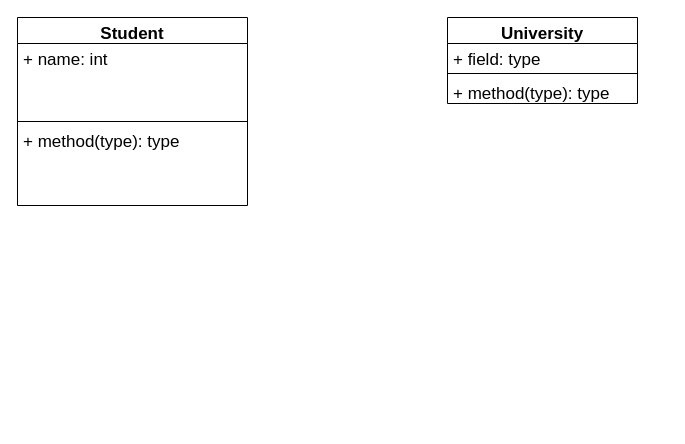
Earlier version of the draw.io diagram umlDiagrams/uml.drawio (ABHINAV1418/uml). Source tidied: cells renumbered, new cells numbered last; positions are measured from the earlier drawing's top-left corner, leaving out a move shared by most shapes. Both pictures are drawn from the tidied source at 100%, with x=0, y=0 at pixel (17, 17).
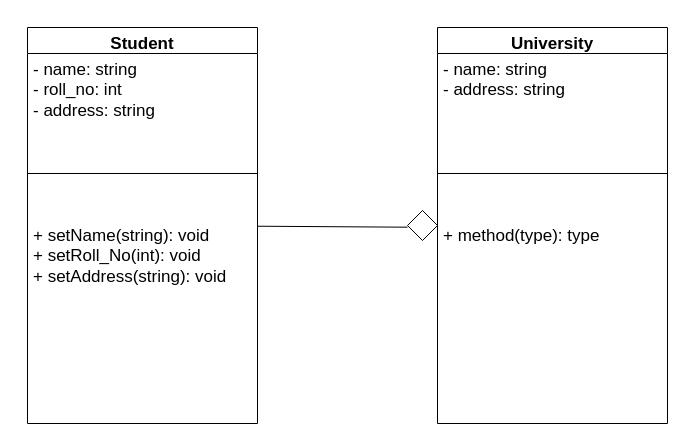
Above is the later version.

Diff of the diagram source:
```diff
@@
 <mxGraphModel>
   <root>
     <mxCell id="0" />
     <mxCell id="1" parent="0" />
     <mxCell id="2" value="Student" style="swimlane;fontStyle=1;align=center;verticalAlign=top;horizontal=1;startSize=26;whiteSpace=wrap;html=1;fontSize=17;" parent="1" vertex="1">
-      <mxGeometry width="230" height="188" as="geometry" />
+      <mxGeometry x="10" y="10" width="230" height="396" as="geometry" />
     </mxCell>
-    <mxCell id="3" value="+ name: int&lt;div&gt;&lt;br&gt;&lt;/div&gt;" style="text;strokeColor=none;fillColor=none;align=left;verticalAlign=top;spacingLeft=4;spacingRight=4;overflow=hidden;whiteSpace=wrap;html=1;fontSize=17;" parent="2" vertex="1">
+    <mxCell id="3" value="- name: string&lt;div&gt;- roll_no: int&lt;/div&gt;&lt;div&gt;- address: string&lt;/div&gt;&lt;div&gt;&lt;br&gt;&lt;/div&gt;" style="text;strokeColor=none;fillColor=none;align=left;verticalAlign=top;spacingLeft=4;spacingRight=4;overflow=hidden;whiteSpace=wrap;html=1;fontSize=17;" parent="2" vertex="1">
       <mxGeometry y="26" width="230" height="74" as="geometry" />
     </mxCell>
     <mxCell id="4" style="line;strokeWidth=1;fillColor=none;align=left;verticalAlign=middle;spacingTop=-1;spacingLeft=3;spacingRight=3;labelPosition=right;strokeColor=inherit;fontSize=17;" parent="2" vertex="1">
-      <mxGeometry y="100" width="230" height="8" as="geometry" />
+      <mxGeometry y="100" width="230" height="92" as="geometry" />
     </mxCell>
-    <mxCell id="5" value="+ method(type): type" style="text;strokeColor=none;fillColor=none;align=left;verticalAlign=top;spacingLeft=4;spacingRight=4;overflow=hidden;points=[[0,0.5],[1,0.5]];portConstraint=eastwest;whiteSpace=wrap;html=1;fontSize=17;" parent="2" vertex="1">
-      <mxGeometry y="108" width="230" height="80" as="geometry" />
+    <mxCell id="5" value="+ setName(string): void&lt;div&gt;+ setRoll_No(int): void&lt;/div&gt;&lt;div&gt;+ setAddress(string): void&lt;/div&gt;" style="text;strokeColor=none;fillColor=none;align=left;verticalAlign=top;spacingLeft=4;spacingRight=4;overflow=hidden;points=[[0,0.5],[1,0.5]];portConstraint=eastwest;whiteSpace=wrap;html=1;fontSize=17;" parent="2" vertex="1">
+      <mxGeometry y="192" width="230" height="204" as="geometry" />
     </mxCell>
     <mxCell id="6" value="University" style="swimlane;fontStyle=1;align=center;verticalAlign=top;horizontal=1;startSize=26;whiteSpace=wrap;html=1;fontSize=17;" parent="1" vertex="1">
-      <mxGeometry x="430" width="190" height="86" as="geometry" />
+      <mxGeometry x="420" y="10" width="230" height="396" as="geometry" />
     </mxCell>
-    <mxCell id="7" value="+ field: type" style="text;strokeColor=none;fillColor=none;align=left;verticalAlign=top;spacingLeft=4;spacingRight=4;overflow=hidden;whiteSpace=wrap;html=1;fontSize=17;" parent="6" vertex="1">
-      <mxGeometry y="26" width="190" height="26" as="geometry" />
-    </mxCell>
-    <mxCell id="8" style="line;strokeWidth=1;fillColor=none;align=left;verticalAlign=middle;spacingTop=-1;spacingLeft=3;spacingRight=3;labelPosition=right;strokeColor=inherit;fontSize=17;" parent="6" vertex="1">
-      <mxGeometry y="52" width="190" height="8" as="geometry" />
-    </mxCell>
+    <mxCell id="10" value="- name: string&lt;div&gt;- address: string&lt;/div&gt;&lt;div&gt;&lt;br&gt;&lt;/div&gt;" style="text;strokeColor=none;fillColor=none;align=left;verticalAlign=top;spacingLeft=4;spacingRight=4;overflow=hidden;whiteSpace=wrap;html=1;fontSize=17;" parent="6" vertex="1">
+      <mxGeometry y="26" width="230" height="74" as="geometry" />
+    </mxCell>
+    <mxCell id="11" style="line;strokeWidth=1;fillColor=none;align=left;verticalAlign=middle;spacingTop=-1;spacingLeft=3;spacingRight=3;labelPosition=right;strokeColor=inherit;fontSize=17;" parent="6" vertex="1">
+      <mxGeometry y="100" width="230" height="92" as="geometry" />
+    </mxCell>
     <mxCell id="9" value="+ method(type): type" style="text;strokeColor=none;fillColor=none;align=left;verticalAlign=top;spacingLeft=4;spacingRight=4;overflow=hidden;whiteSpace=wrap;html=1;fontSize=17;" parent="6" vertex="1">
-      <mxGeometry y="60" width="190" height="26" as="geometry" />
+      <mxGeometry y="192" width="230" height="204" as="geometry" />
     </mxCell>
+    <mxCell id="12" style="rhombus;whiteSpace=wrap;html=1;" parent="1" vertex="1">
+      <mxGeometry x="390" y="193" width="30" height="30" as="geometry" />
+    </mxCell>
+    <mxCell id="13" style="endArrow=none;html=1;rounded=0;exitX=1.002;exitY=0.033;exitDx=0;exitDy=0;exitPerimeter=0;" parent="1" edge="1" source="5">
+      <mxGeometry relative="1" as="geometry">
+        <mxPoint x="390" y="209.7" as="targetPoint" />
+      </mxGeometry>
+    </mxCell>
   </root>
 </mxGraphModel>
```
